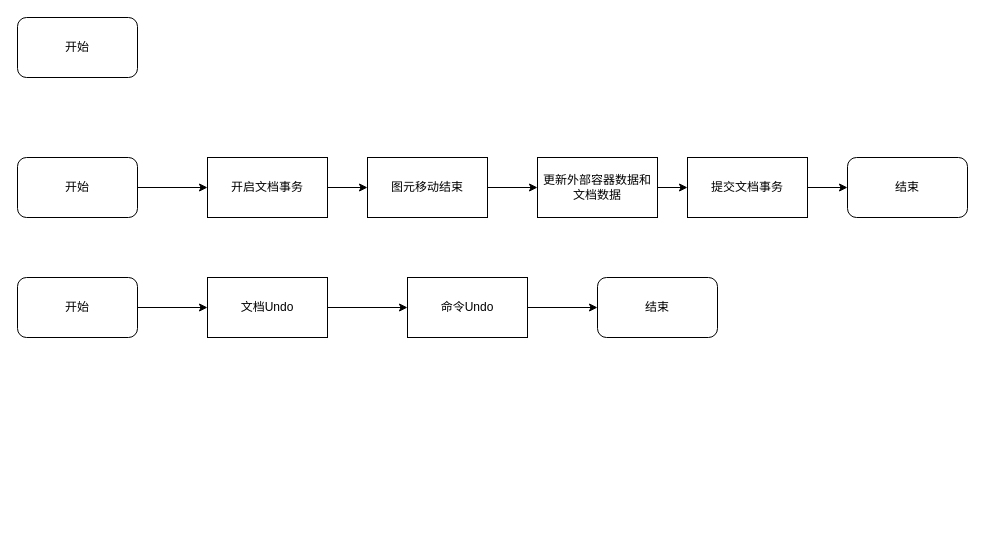
Above: 草图Undo/Redo.drawio in liuhuliuhu123/First-test (draw.io), before the change. Source tidied: cells renumbered, new cells numbered last; positions are measured from the earlier drawing's top-left corner, leaving out a move shared by most shapes. Both pictures are drawn from the tidied source at 100%, with x=0, y=0 at pixel (17, 17).
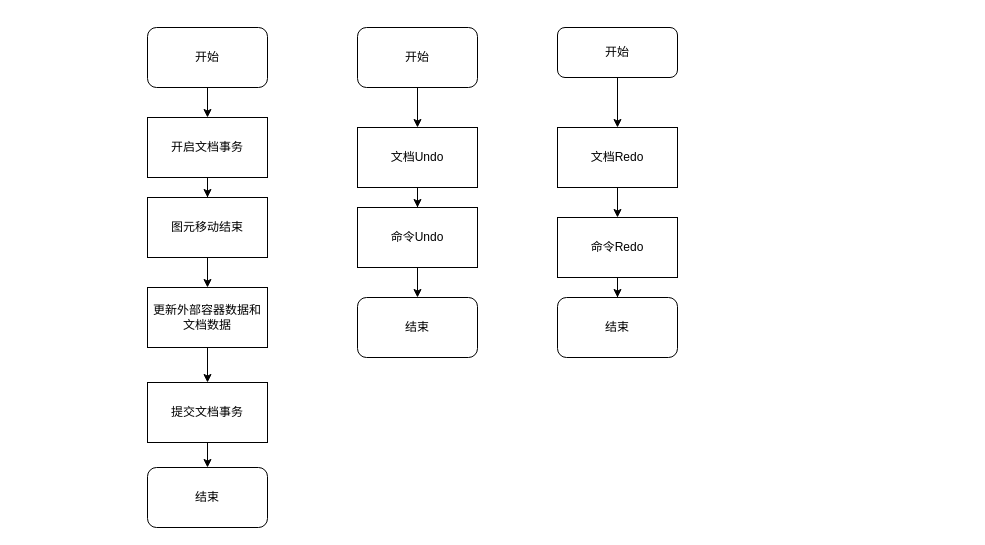
After the change.

The edit, as a diff of the source:
```diff
@@
-    <mxCell id="2" value="开始" style="rounded=1;whiteSpace=wrap;html=1;" parent="1" vertex="1">
-      <mxGeometry width="120" height="60" as="geometry" />
-    </mxCell>
-    <mxCell id="3" style="edgeStyle=orthogonalEdgeStyle;rounded=0;jettySize=auto;html=1;entryX=0;entryY=0.5;entryDx=0;entryDy=0;" parent="1" edge="1" source="4" target="8">
+    <mxCell id="3" style="edgeStyle=orthogonalEdgeStyle;rounded=0;jettySize=auto;html=1;entryX=0.5;entryY=0;entryDx=0;entryDy=0;" parent="1" edge="1" source="4" target="8">
       <mxGeometry relative="1" as="geometry" />
     </mxCell>
     <mxCell id="4" value="开始" style="rounded=1;whiteSpace=wrap;html=1;" parent="1" vertex="1">
-      <mxGeometry y="140" width="120" height="60" as="geometry" />
+      <mxGeometry x="130" y="10" width="120" height="60" as="geometry" />
     </mxCell>
-    <mxCell id="5" style="edgeStyle=orthogonalEdgeStyle;rounded=0;jettySize=auto;html=1;entryX=0;entryY=0.5;entryDx=0;entryDy=0;" parent="1" edge="1" source="6" target="17">
+    <mxCell id="5" style="edgeStyle=orthogonalEdgeStyle;rounded=0;jettySize=auto;html=1;entryX=0.5;entryY=0;entryDx=0;entryDy=0;" parent="1" edge="1" source="6" target="17">
       <mxGeometry relative="1" as="geometry" />
     </mxCell>
     <mxCell id="6" value="开始" style="rounded=1;whiteSpace=wrap;html=1;" parent="1" vertex="1">
-      <mxGeometry y="260" width="120" height="60" as="geometry" />
+      <mxGeometry x="340" y="10" width="120" height="60" as="geometry" />
     </mxCell>
-    <mxCell id="7" style="edgeStyle=orthogonalEdgeStyle;rounded=0;jettySize=auto;html=1;entryX=0;entryY=0.5;entryDx=0;entryDy=0;" parent="1" edge="1" source="8" target="10">
+    <mxCell id="7" style="edgeStyle=orthogonalEdgeStyle;rounded=0;jettySize=auto;html=1;entryX=0.5;entryY=0;entryDx=0;entryDy=0;" parent="1" edge="1" source="8" target="10">
       <mxGeometry relative="1" as="geometry" />
     </mxCell>
     <mxCell id="8" value="开启文档事务" style="rounded=0;whiteSpace=wrap;html=1;" parent="1" vertex="1">
-      <mxGeometry x="190" y="140" width="120" height="60" as="geometry" />
+      <mxGeometry x="130" y="100" width="120" height="60" as="geometry" />
     </mxCell>
-    <mxCell id="9" style="edgeStyle=orthogonalEdgeStyle;rounded=0;jettySize=auto;html=1;entryX=0;entryY=0.5;entryDx=0;entryDy=0;" parent="1" edge="1" source="10" target="12">
+    <mxCell id="9" style="edgeStyle=orthogonalEdgeStyle;rounded=0;jettySize=auto;html=1;entryX=0.5;entryY=0;entryDx=0;entryDy=0;" parent="1" edge="1" source="10" target="12">
       <mxGeometry relative="1" as="geometry" />
     </mxCell>
     <mxCell id="10" value="图元移动结束" style="rounded=0;whiteSpace=wrap;html=1;" parent="1" vertex="1">
-      <mxGeometry x="350" y="140" width="120" height="60" as="geometry" />
+      <mxGeometry x="130" y="180" width="120" height="60" as="geometry" />
     </mxCell>
-    <mxCell id="11" style="edgeStyle=orthogonalEdgeStyle;rounded=0;jettySize=auto;html=1;entryX=0;entryY=0.5;entryDx=0;entryDy=0;" parent="1" edge="1" source="12" target="14">
+    <mxCell id="11" style="edgeStyle=orthogonalEdgeStyle;rounded=0;jettySize=auto;html=1;entryX=0.5;entryY=0;entryDx=0;entryDy=0;" parent="1" edge="1" source="12" target="14">
       <mxGeometry relative="1" as="geometry" />
     </mxCell>
     <mxCell id="12" value="更新外部容器数据和文档数据" style="rounded=0;whiteSpace=wrap;html=1;" parent="1" vertex="1">
-      <mxGeometry x="520" y="140" width="120" height="60" as="geometry" />
+      <mxGeometry x="130" y="270" width="120" height="60" as="geometry" />
     </mxCell>
-    <mxCell id="13" style="edgeStyle=orthogonalEdgeStyle;rounded=0;jettySize=auto;html=1;entryX=0;entryY=0.5;entryDx=0;entryDy=0;" parent="1" edge="1" source="14" target="15">
+    <mxCell id="13" style="edgeStyle=orthogonalEdgeStyle;rounded=0;jettySize=auto;html=1;entryX=0.5;entryY=0;entryDx=0;entryDy=0;" parent="1" edge="1" source="14" target="15">
       <mxGeometry relative="1" as="geometry" />
     </mxCell>
     <mxCell id="14" value="提交文档事务" style="rounded=0;whiteSpace=wrap;html=1;" parent="1" vertex="1">
-      <mxGeometry x="670" y="140" width="120" height="60" as="geometry" />
+      <mxGeometry x="130" y="365" width="120" height="60" as="geometry" />
     </mxCell>
     <mxCell id="15" value="结束" style="rounded=1;whiteSpace=wrap;html=1;" parent="1" vertex="1">
-      <mxGeometry x="830" y="140" width="120" height="60" as="geometry" />
+      <mxGeometry x="130" y="450" width="120" height="60" as="geometry" />
     </mxCell>
-    <mxCell id="16" style="edgeStyle=orthogonalEdgeStyle;rounded=0;jettySize=auto;html=1;" parent="1" edge="1" source="17" target="19">
+    <mxCell id="16" style="edgeStyle=orthogonalEdgeStyle;rounded=0;jettySize=auto;html=1;entryX=0.5;entryY=0;entryDx=0;entryDy=0;" parent="1" edge="1" source="17" target="19">
       <mxGeometry relative="1" as="geometry" />
     </mxCell>
     <mxCell id="17" value="文档Undo" style="rounded=0;whiteSpace=wrap;html=1;" parent="1" vertex="1">
-      <mxGeometry x="190" y="260" width="120" height="60" as="geometry" />
+      <mxGeometry x="340" y="110" width="120" height="60" as="geometry" />
     </mxCell>
-    <mxCell id="18" style="edgeStyle=orthogonalEdgeStyle;rounded=0;jettySize=auto;html=1;entryX=0;entryY=0.5;entryDx=0;entryDy=0;" parent="1" edge="1" source="19" target="20">
+    <mxCell id="18" style="edgeStyle=orthogonalEdgeStyle;rounded=0;jettySize=auto;html=1;entryX=0.5;entryY=0;entryDx=0;entryDy=0;" parent="1" edge="1" source="19" target="20">
       <mxGeometry relative="1" as="geometry" />
     </mxCell>
     <mxCell id="19" value="命令Undo" style="whiteSpace=wrap;html=1;rounded=0;" parent="1" vertex="1">
-      <mxGeometry x="390" y="260" width="120" height="60" as="geometry" />
+      <mxGeometry x="340" y="190" width="120" height="60" as="geometry" />
     </mxCell>
     <mxCell id="20" value="结束" style="rounded=1;whiteSpace=wrap;html=1;" parent="1" vertex="1">
-      <mxGeometry x="580" y="260" width="120" height="60" as="geometry" />
+      <mxGeometry x="340" y="280" width="120" height="60" as="geometry" />
     </mxCell>
+    <mxCell id="21" style="edgeStyle=orthogonalEdgeStyle;rounded=0;jettySize=auto;html=1;entryX=0.5;entryY=0;entryDx=0;entryDy=0;" parent="1" edge="1" source="2" target="23">
+      <mxGeometry relative="1" as="geometry" />
+    </mxCell>
+    <mxCell id="2" value="开始" style="rounded=1;whiteSpace=wrap;html=1;" parent="1" vertex="1">
+      <mxGeometry x="540" y="10" width="120" height="50" as="geometry" />
+    </mxCell>
+    <mxCell id="22" style="edgeStyle=orthogonalEdgeStyle;rounded=0;jettySize=auto;html=1;" parent="1" edge="1" source="23" target="25">
+      <mxGeometry relative="1" as="geometry" />
+    </mxCell>
+    <mxCell id="23" value="文档Redo" style="rounded=0;whiteSpace=wrap;html=1;" parent="1" vertex="1">
+      <mxGeometry x="540" y="110" width="120" height="60" as="geometry" />
+    </mxCell>
+    <mxCell id="24" style="edgeStyle=orthogonalEdgeStyle;rounded=0;jettySize=auto;html=1;entryX=0.5;entryY=0;entryDx=0;entryDy=0;" parent="1" edge="1" source="25" target="26">
+      <mxGeometry relative="1" as="geometry" />
+    </mxCell>
+    <mxCell id="25" value="命令Redo" style="rounded=0;whiteSpace=wrap;html=1;" parent="1" vertex="1">
+      <mxGeometry x="540" y="200" width="120" height="60" as="geometry" />
+    </mxCell>
+    <mxCell id="26" value="结束" style="rounded=1;whiteSpace=wrap;html=1;" parent="1" vertex="1">
+      <mxGeometry x="540" y="280" width="120" height="60" as="geometry" />
+    </mxCell>
```
